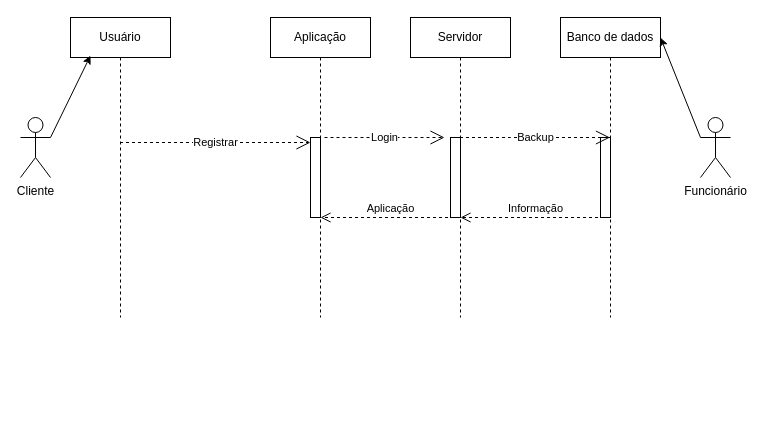
This is Interfase.drawio from gman2004-spec/Draw.io, a draw.io file, before an edit. Source tidied: cells renumbered, new cells numbered last; positions are measured from the earlier drawing's top-left corner, leaving out a move shared by most shapes. Both pictures are drawn from the tidied source at 100%, with x=0, y=0 at pixel (20, 17).
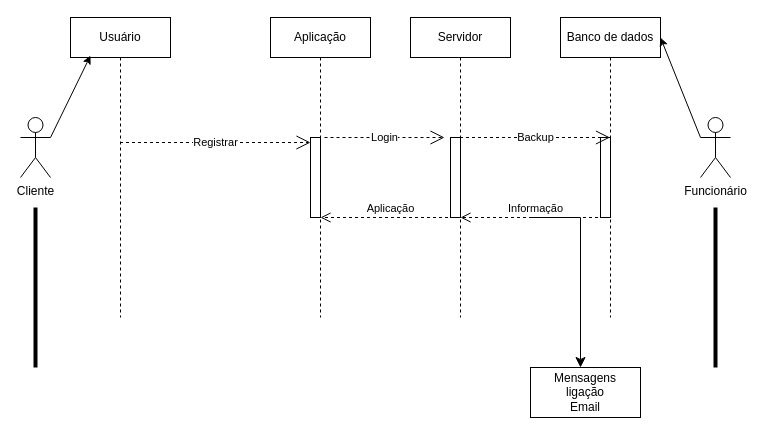
The same page after the edit.

What changed in the source:
```diff
@@
+    <mxCell id="18" style="line;strokeWidth=4;direction=south;html=1;perimeter=backbonePerimeter;" parent="1" vertex="1">
+      <mxGeometry x="10" y="190" width="10" height="160" as="geometry" />
+    </mxCell>
+    <mxCell id="19" style="line;strokeWidth=4;direction=south;html=1;perimeter=backbonePerimeter;" parent="1" vertex="1">
+      <mxGeometry x="690" y="190" width="10" height="160" as="geometry" />
+    </mxCell>
+    <mxCell id="20" style="edgeStyle=segmentEdgeStyle;endArrow=classic;html=1;curved=0;rounded=0;endSize=8;startSize=8;" parent="1" edge="1">
+      <mxGeometry relative="1" as="geometry">
+        <mxPoint x="510" y="200" as="sourcePoint" />
+        <mxPoint x="560" y="350" as="targetPoint" />
+      </mxGeometry>
+    </mxCell>
+    <mxCell id="21" value="Mensagens&lt;div&gt;ligação&lt;/div&gt;&lt;div&gt;Email&lt;/div&gt;" style="html=1;whiteSpace=wrap;" parent="1" vertex="1">
+      <mxGeometry x="510" y="350" width="110" height="50" as="geometry" />
+    </mxCell>
```
